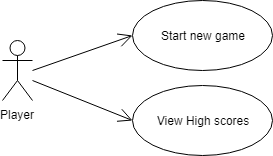
elaktomte/Hangman keeps this draw.io diagram as Documentation/UseCases.png. Above is the earlier version. Source tidied: cells renumbered, new cells last; positions are measured from the earlier drawing's top-left corner, leaving out a move shared by most shapes.
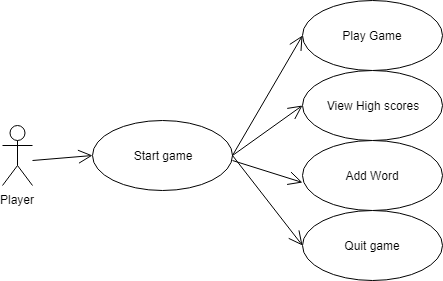
The same diagram one commit later.

Diff of the diagram source:
```diff
@@ -3,23 +3,41 @@
     <mxCell id="0" />
     <mxCell id="1" parent="0" />
     <mxCell id="2" value="Player" style="shape=umlActor;verticalLabelPosition=bottom;labelBackgroundColor=#ffffff;verticalAlign=top;html=1;" parent="1" vertex="1">
-      <mxGeometry y="40" width="30" height="60" as="geometry" />
+      <mxGeometry y="35" width="30" height="60" as="geometry" />
     </mxCell>
-    <mxCell id="3" value="Start new game" style="ellipse;whiteSpace=wrap;html=1;" parent="1" vertex="1">
-      <mxGeometry x="130" width="140" height="70" as="geometry" />
+    <mxCell id="3" value="Start game" style="ellipse;whiteSpace=wrap;html=1;" parent="1" vertex="1">
+      <mxGeometry x="90" y="30" width="140" height="70" as="geometry" />
     </mxCell>
     <mxCell id="4" value="View High scores" style="ellipse;whiteSpace=wrap;html=1;" parent="1" vertex="1">
-      <mxGeometry x="130" y="85" width="140" height="70" as="geometry" />
+      <mxGeometry x="300" y="-20" width="140" height="70" as="geometry" />
     </mxCell>
     <mxCell id="5" style="endArrow=open;endFill=1;endSize=12;html=1;entryX=0;entryY=0.5;entryDx=0;entryDy=0;" parent="1" edge="1" target="3">
       <mxGeometry relative="1" as="geometry">
         <mxPoint x="30" y="70" as="sourcePoint" />
       </mxGeometry>
     </mxCell>
-    <mxCell id="6" style="endArrow=open;endFill=1;endSize=12;html=1;entryX=0;entryY=0.5;entryDx=0;entryDy=0;" parent="1" edge="1" target="4">
-      <mxGeometry relative="1" as="geometry">
-        <mxPoint x="30" y="80" as="sourcePoint" />
-      </mxGeometry>
+    <mxCell id="6" style="endArrow=open;endFill=1;endSize=12;html=1;entryX=0;entryY=0.5;entryDx=0;entryDy=0;exitX=1;exitY=0.5;exitDx=0;exitDy=0;" parent="1" edge="1" source="3" target="4">
+      <mxGeometry relative="1" as="geometry" />
     </mxCell>
+    <mxCell id="7" value="Quit game" style="ellipse;whiteSpace=wrap;html=1;" parent="1" vertex="1">
+      <mxGeometry x="300" y="120" width="140" height="70" as="geometry" />
+    </mxCell>
+    <mxCell id="8" style="endArrow=open;endFill=1;endSize=12;html=1;entryX=0;entryY=0.5;entryDx=0;entryDy=0;exitX=1;exitY=0.5;exitDx=0;exitDy=0;" parent="1" edge="1" source="3" target="7">
+      <mxGeometry relative="1" as="geometry" />
+    </mxCell>
+    <mxCell id="9" value="Play Game" style="ellipse;whiteSpace=wrap;html=1;" parent="1" vertex="1">
+      <mxGeometry x="300" y="-90" width="140" height="70" as="geometry" />
+    </mxCell>
+    <mxCell id="10" style="endArrow=open;endFill=1;endSize=12;html=1;exitX=1;exitY=0.5;exitDx=0;exitDy=0;entryX=0;entryY=0.5;entryDx=0;entryDy=0;" parent="1" edge="1" source="3" target="9">
+      <mxGeometry relative="1" as="geometry" />
+    </mxCell>
+    <mxCell id="11" value="Add Word" style="ellipse;whiteSpace=wrap;html=1;" parent="1" vertex="1">
+      <mxGeometry x="300" y="50" width="140" height="70" as="geometry" />
+    </mxCell>
+    <mxCell id="12" style="endArrow=open;endFill=1;endSize=12;html=1;entryX=0;entryY=0.6;entryDx=0;entryDy=0;entryPerimeter=0;" parent="1" edge="1" target="11">
+      <mxGeometry relative="1" as="geometry">
+        <mxPoint x="230" y="70" as="sourcePoint" />
+      </mxGeometry>
+    </mxCell>
   </root>
 </mxGraphModel>
```
